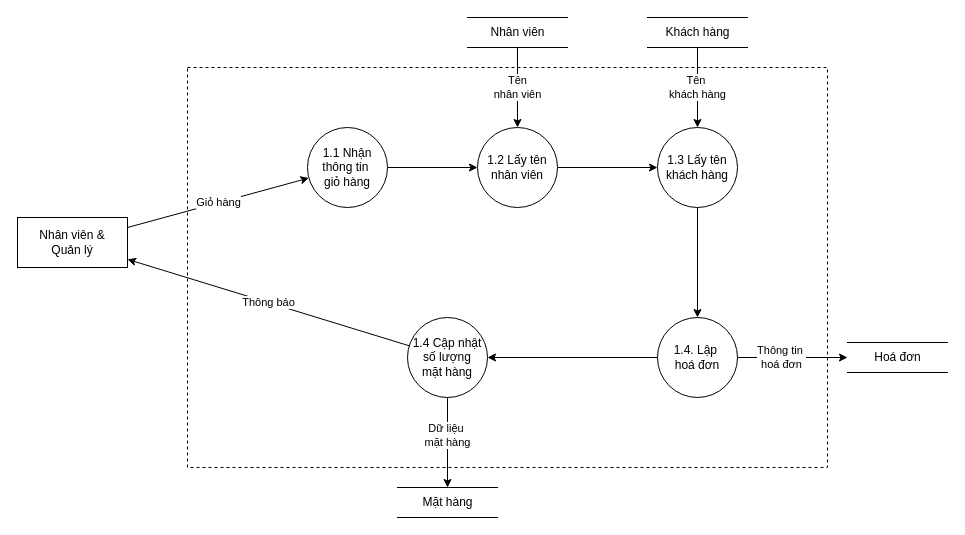
Before: page "DFD Mức 2 - 1" (6 of 12) of Document/ĐồÁn/Diagram/Sơ đồ chức năng ministore.drawio in EdgarIgnite16/HTTTDN-Project, a draw.io diagram. Source tidied: cells renumbered, new cells numbered last; positions are measured from the earlier drawing's top-left corner, leaving out a move shared by most shapes. Both pictures are drawn from the tidied source at 100%, with x=0, y=0 at pixel (17, 17).
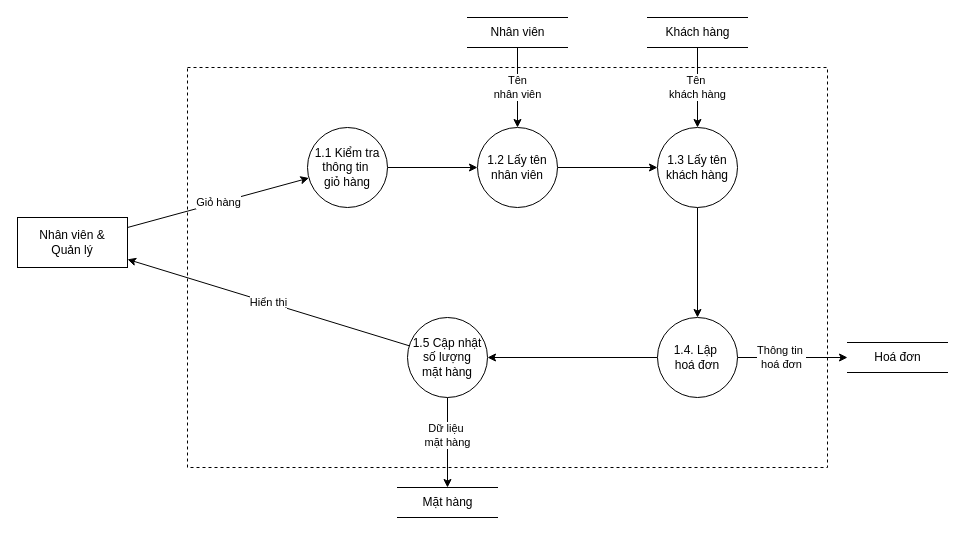
After the change.

Unchanged cells that the change refers to:
```xml
<mxCell id="6" value="Nhân viên &amp;amp;&lt;div&gt;&lt;span style=&quot;background-color: initial;&quot;&gt;Quản lý&lt;/span&gt;&lt;br&gt;&lt;/div&gt;" style="html=1;whiteSpace=wrap;" parent="1" vertex="1">
  <mxGeometry y="200" width="110" height="50" as="geometry" />
</mxCell>
```

The edit, as a diff of the source:
```diff
@@
-    <mxCell id="4" value="1.1 Nhận thông tin&amp;nbsp;&lt;div&gt;giỏ hàng&lt;/div&gt;" style="ellipse;whiteSpace=wrap;html=1;fontFamily=Helvetica;" parent="1" vertex="1">
+    <mxCell id="4" value="1.1 Kiểm tra thông tin&amp;nbsp;&lt;div&gt;giỏ hàng&lt;/div&gt;" style="ellipse;whiteSpace=wrap;html=1;fontFamily=Helvetica;" parent="1" vertex="1">
       <mxGeometry x="290" y="110" width="80" height="80" as="geometry" />
     </mxCell>
@@
-    <mxCell id="12" value="1.4 Cập nhật&lt;div&gt;số lượng&lt;/div&gt;&lt;div&gt;mặt hàng&lt;/div&gt;" style="ellipse;whiteSpace=wrap;html=1;fontFamily=Helvetica;" parent="1" vertex="1">
+    <mxCell id="12" value="1.5 Cập nhật&lt;div&gt;số lượng&lt;/div&gt;&lt;div&gt;mặt hàng&lt;/div&gt;" style="ellipse;whiteSpace=wrap;html=1;fontFamily=Helvetica;" parent="1" vertex="1">
       <mxGeometry x="390" y="300" width="80" height="80" as="geometry" />
     </mxCell>
@@
-    <mxCell id="14" value="Thông báo" style="rounded=0;jettySize=auto;html=1;" parent="1" edge="1" source="12" target="6">
+    <mxCell id="14" value="Hiển thị" style="rounded=0;jettySize=auto;html=1;" parent="1" edge="1" source="12" target="6">
       <mxGeometry relative="1" as="geometry" />
     </mxCell>
```
